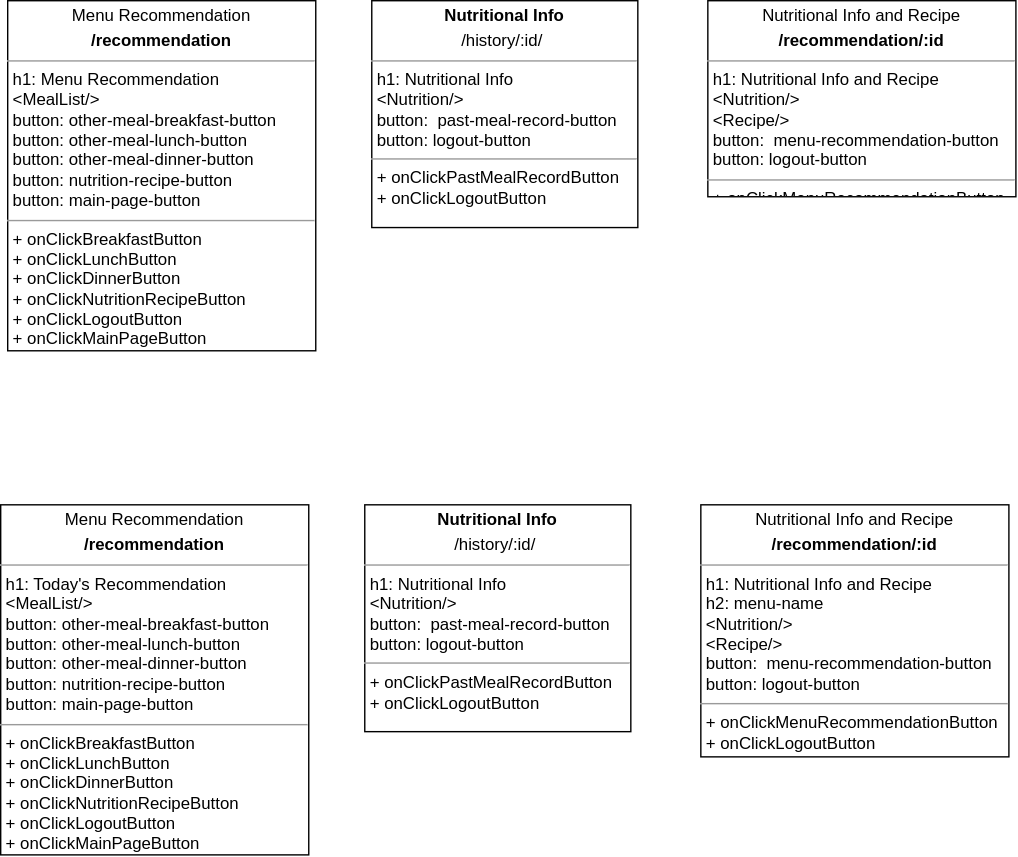
The draw.io diagram diagrams/영서 Diagram.drawio.svg in swsnu/swpp2021-team5, before a commit. Source tidied: cells renumbered, new cells last; positions are measured from the earlier drawing's top-left corner, leaving out a move shared by most shapes.
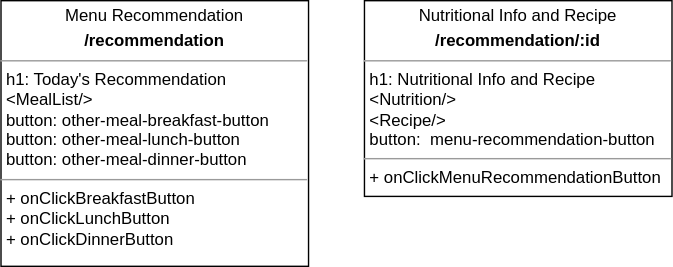
After the change.

Diff of the diagram source:
```diff
@@ -2,23 +2,11 @@
   <root>
     <mxCell id="0" />
     <mxCell id="1" parent="0" />
-    <mxCell id="2" value="&lt;p style=&quot;margin: 0px ; margin-top: 4px ; text-align: center&quot;&gt;Menu Recommendation&lt;/p&gt;&lt;p style=&quot;margin: 0px ; margin-top: 4px ; text-align: center&quot;&gt;&lt;b&gt;/recommendation&lt;/b&gt;&lt;/p&gt;&lt;hr size=&quot;1&quot;&gt;&lt;p style=&quot;margin: 0px ; margin-left: 4px&quot;&gt;h1: Menu Recommendation&lt;/p&gt;&lt;p style=&quot;margin: 0px ; margin-left: 4px&quot;&gt;&amp;lt;MealList/&amp;gt;&lt;/p&gt;&lt;p style=&quot;margin: 0px ; margin-left: 4px&quot;&gt;button:&amp;nbsp;&lt;span&gt;other-meal-breakfast-button&lt;/span&gt;&lt;/p&gt;&lt;p style=&quot;margin: 0px 0px 0px 4px&quot;&gt;button: other-meal-lunch-button&lt;/p&gt;&lt;p style=&quot;margin: 0px 0px 0px 4px&quot;&gt;button: other-meal-dinner-button&lt;/p&gt;&lt;p style=&quot;margin: 0px 0px 0px 4px&quot;&gt;button: nutrition-recipe-button&lt;/p&gt;&lt;p style=&quot;margin: 0px 0px 0px 4px&quot;&gt;button: main-page-button&lt;/p&gt;&lt;hr size=&quot;1&quot;&gt;&lt;p style=&quot;margin: 0px ; margin-left: 4px&quot;&gt;+ onClickBreakfastButton&lt;br&gt;+ onClickLunchButton&lt;/p&gt;&lt;p style=&quot;margin: 0px ; margin-left: 4px&quot;&gt;+ onClickDinnerButton&lt;/p&gt;&lt;p style=&quot;margin: 0px ; margin-left: 4px&quot;&gt;+ onClickNutritionRecipeButton&lt;/p&gt;&lt;p style=&quot;margin: 0px ; margin-left: 4px&quot;&gt;+ onClickLogoutButton&lt;/p&gt;&lt;p style=&quot;margin: 0px ; margin-left: 4px&quot;&gt;+ onClickMainPageButton&lt;/p&gt;" style="verticalAlign=top;align=left;overflow=fill;fontSize=12;fontFamily=Helvetica;html=1;rounded=0;shadow=0;comic=0;labelBackgroundColor=none;strokeWidth=1;" parent="1" vertex="1">
-      <mxGeometry x="5" width="220" height="250" as="geometry" />
+    <mxCell id="2" value="&lt;p style=&quot;margin: 0px ; margin-top: 4px ; text-align: center&quot;&gt;Menu Recommendation&lt;/p&gt;&lt;p style=&quot;margin: 0px ; margin-top: 4px ; text-align: center&quot;&gt;&lt;b&gt;/recommendation&lt;/b&gt;&lt;/p&gt;&lt;hr size=&quot;1&quot;&gt;&lt;p style=&quot;margin: 0px ; margin-left: 4px&quot;&gt;h1: Today's Recommendation&lt;/p&gt;&lt;p style=&quot;margin: 0px ; margin-left: 4px&quot;&gt;&amp;lt;MealList/&amp;gt;&lt;/p&gt;&lt;p style=&quot;margin: 0px ; margin-left: 4px&quot;&gt;button:&amp;nbsp;&lt;span&gt;other-meal-breakfast-button&lt;/span&gt;&lt;/p&gt;&lt;p style=&quot;margin: 0px 0px 0px 4px&quot;&gt;button: other-meal-lunch-button&lt;/p&gt;&lt;p style=&quot;margin: 0px 0px 0px 4px&quot;&gt;button: other-meal-dinner-button&lt;br&gt;&lt;/p&gt;&lt;hr size=&quot;1&quot;&gt;&lt;p style=&quot;margin: 0px ; margin-left: 4px&quot;&gt;+ onClickBreakfastButton&lt;br&gt;+ onClickLunchButton&lt;/p&gt;&lt;p style=&quot;margin: 0px ; margin-left: 4px&quot;&gt;+ onClickDinnerButton&lt;/p&gt;" style="verticalAlign=top;align=left;overflow=fill;fontSize=12;fontFamily=Helvetica;html=1;rounded=0;shadow=0;comic=0;labelBackgroundColor=none;strokeWidth=1;" parent="1" vertex="1">
+      <mxGeometry x="5" width="220" height="190" as="geometry" />
     </mxCell>
-    <mxCell id="3" value="&lt;p style=&quot;margin: 0px ; margin-top: 4px ; text-align: center&quot;&gt;Nutritional Info and Recipe&lt;/p&gt;&lt;p style=&quot;margin: 0px ; margin-top: 4px ; text-align: center&quot;&gt;&lt;b&gt;/recommendation/:id&lt;/b&gt;&lt;/p&gt;&lt;hr size=&quot;1&quot;&gt;&lt;p style=&quot;margin: 0px ; margin-left: 4px&quot;&gt;h1: Nutritional Info and Recipe&lt;/p&gt;&lt;p style=&quot;margin: 0px ; margin-left: 4px&quot;&gt;&amp;lt;Nutrition/&amp;gt;&lt;/p&gt;&lt;p style=&quot;margin: 0px ; margin-left: 4px&quot;&gt;&amp;lt;Recipe/&amp;gt;&lt;/p&gt;&lt;p style=&quot;margin: 0px ; margin-left: 4px&quot;&gt;button:&amp;nbsp;&amp;nbsp;&lt;span style=&quot;text-align: center&quot;&gt;menu-recommendation-button&lt;/span&gt;&lt;/p&gt;&lt;p style=&quot;margin: 0px ; margin-left: 4px&quot;&gt;button: logout-button&amp;nbsp;&lt;br&gt;&lt;/p&gt;&lt;hr size=&quot;1&quot;&gt;&lt;p style=&quot;margin: 0px ; margin-left: 4px&quot;&gt;+ onClickMenuRecommendationButton&lt;br&gt;&lt;/p&gt;&lt;p style=&quot;margin: 0px ; margin-left: 4px&quot;&gt;+ onClickLogoutButton&lt;/p&gt;" style="verticalAlign=top;align=left;overflow=fill;fontSize=12;fontFamily=Helvetica;html=1;rounded=0;shadow=0;comic=0;labelBackgroundColor=none;strokeWidth=1;" parent="1" vertex="1">
-      <mxGeometry x="505" width="220" height="140" as="geometry" />
+    <mxCell id="3" value="&lt;p style=&quot;margin: 0px ; margin-top: 4px ; text-align: center&quot;&gt;Nutritional Info and Recipe&lt;/p&gt;&lt;p style=&quot;margin: 0px ; margin-top: 4px ; text-align: center&quot;&gt;&lt;b&gt;/recommendation/:id&lt;/b&gt;&lt;/p&gt;&lt;hr size=&quot;1&quot;&gt;&lt;p style=&quot;margin: 0px ; margin-left: 4px&quot;&gt;h1: Nutritional Info and Recipe&lt;/p&gt;&lt;p style=&quot;margin: 0px ; margin-left: 4px&quot;&gt;&amp;lt;Nutrition/&amp;gt;&lt;/p&gt;&lt;p style=&quot;margin: 0px ; margin-left: 4px&quot;&gt;&amp;lt;Recipe/&amp;gt;&lt;/p&gt;&lt;p style=&quot;margin: 0px ; margin-left: 4px&quot;&gt;button:&amp;nbsp;&amp;nbsp;&lt;span style=&quot;text-align: center&quot;&gt;menu-recommendation-button&lt;/span&gt;&lt;/p&gt;&lt;hr size=&quot;1&quot;&gt;&lt;p style=&quot;margin: 0px ; margin-left: 4px&quot;&gt;+ onClickMenuRecommendationButton&lt;/p&gt;" style="verticalAlign=top;align=left;overflow=fill;fontSize=12;fontFamily=Helvetica;html=1;rounded=0;shadow=0;comic=0;labelBackgroundColor=none;strokeWidth=1;" parent="1" vertex="1">
+      <mxGeometry x="265" width="220" height="140" as="geometry" />
     </mxCell>
-    <mxCell id="4" value="&lt;p style=&quot;margin: 0px ; margin-top: 4px ; text-align: center&quot;&gt;&lt;b&gt;Nutritional Info&lt;/b&gt;&lt;/p&gt;&lt;p style=&quot;margin: 0px ; margin-top: 4px ; text-align: center&quot;&gt;/history/:id/&lt;b&gt;&amp;nbsp;&lt;/b&gt;&lt;/p&gt;&lt;hr size=&quot;1&quot;&gt;&lt;p style=&quot;margin: 0px 0px 0px 4px&quot;&gt;h1: Nutritional Info&lt;/p&gt;&lt;p style=&quot;margin: 0px 0px 0px 4px&quot;&gt;&amp;lt;Nutrition/&amp;gt;&lt;/p&gt;&lt;p style=&quot;margin: 0px 0px 0px 4px&quot;&gt;button:&amp;nbsp; past-meal-record-button&amp;nbsp;&lt;br&gt;&lt;/p&gt;&lt;p style=&quot;margin: 0px 0px 0px 4px&quot;&gt;button: logout-button&lt;/p&gt;&lt;hr size=&quot;1&quot;&gt;&lt;p style=&quot;margin: 0px 0px 0px 4px&quot;&gt;+ onClickPastMealRecordButton&lt;/p&gt;&lt;p style=&quot;margin: 0px 0px 0px 4px&quot;&gt;+ onClickLogoutButton&lt;/p&gt;" style="verticalAlign=top;align=left;overflow=fill;fontSize=12;fontFamily=Helvetica;html=1;" parent="1" vertex="1">
-      <mxGeometry x="265" width="190" height="162" as="geometry" />
-    </mxCell>
-    <mxCell id="5" value="&lt;p style=&quot;margin: 0px ; margin-top: 4px ; text-align: center&quot;&gt;Menu Recommendation&lt;/p&gt;&lt;p style=&quot;margin: 0px ; margin-top: 4px ; text-align: center&quot;&gt;&lt;b&gt;/recommendation&lt;/b&gt;&lt;/p&gt;&lt;hr size=&quot;1&quot;&gt;&lt;p style=&quot;margin: 0px ; margin-left: 4px&quot;&gt;h1: Today's Recommendation&lt;/p&gt;&lt;p style=&quot;margin: 0px ; margin-left: 4px&quot;&gt;&amp;lt;MealList/&amp;gt;&lt;/p&gt;&lt;p style=&quot;margin: 0px ; margin-left: 4px&quot;&gt;button:&amp;nbsp;&lt;span&gt;other-meal-breakfast-button&lt;/span&gt;&lt;/p&gt;&lt;p style=&quot;margin: 0px 0px 0px 4px&quot;&gt;button: other-meal-lunch-button&lt;/p&gt;&lt;p style=&quot;margin: 0px 0px 0px 4px&quot;&gt;button: other-meal-dinner-button&lt;/p&gt;&lt;p style=&quot;margin: 0px 0px 0px 4px&quot;&gt;button: nutrition-recipe-button&lt;/p&gt;&lt;p style=&quot;margin: 0px 0px 0px 4px&quot;&gt;button: main-page-button&lt;/p&gt;&lt;hr size=&quot;1&quot;&gt;&lt;p style=&quot;margin: 0px ; margin-left: 4px&quot;&gt;+ onClickBreakfastButton&lt;br&gt;+ onClickLunchButton&lt;/p&gt;&lt;p style=&quot;margin: 0px ; margin-left: 4px&quot;&gt;+ onClickDinnerButton&lt;/p&gt;&lt;p style=&quot;margin: 0px ; margin-left: 4px&quot;&gt;+ onClickNutritionRecipeButton&lt;/p&gt;&lt;p style=&quot;margin: 0px ; margin-left: 4px&quot;&gt;+ onClickLogoutButton&lt;/p&gt;&lt;p style=&quot;margin: 0px ; margin-left: 4px&quot;&gt;+ onClickMainPageButton&lt;/p&gt;" style="verticalAlign=top;align=left;overflow=fill;fontSize=12;fontFamily=Helvetica;html=1;rounded=0;shadow=0;comic=0;labelBackgroundColor=none;strokeWidth=1;" parent="1" vertex="1">
-      <mxGeometry y="360" width="220" height="250" as="geometry" />
-    </mxCell>
-    <mxCell id="6" value="&lt;p style=&quot;margin: 0px ; margin-top: 4px ; text-align: center&quot;&gt;Nutritional Info and Recipe&lt;/p&gt;&lt;p style=&quot;margin: 0px ; margin-top: 4px ; text-align: center&quot;&gt;&lt;b&gt;/recommendation/:id&lt;/b&gt;&lt;/p&gt;&lt;hr size=&quot;1&quot;&gt;&lt;p style=&quot;margin: 0px ; margin-left: 4px&quot;&gt;h1: Nutritional Info and Recipe&lt;/p&gt;&lt;p style=&quot;margin: 0px ; margin-left: 4px&quot;&gt;h2: menu-name&lt;/p&gt;&lt;p style=&quot;margin: 0px ; margin-left: 4px&quot;&gt;&amp;lt;Nutrition/&amp;gt;&lt;/p&gt;&lt;p style=&quot;margin: 0px ; margin-left: 4px&quot;&gt;&amp;lt;Recipe/&amp;gt;&lt;/p&gt;&lt;p style=&quot;margin: 0px ; margin-left: 4px&quot;&gt;button:&amp;nbsp;&amp;nbsp;&lt;span style=&quot;text-align: center&quot;&gt;menu-recommendation-button&lt;/span&gt;&lt;/p&gt;&lt;p style=&quot;margin: 0px ; margin-left: 4px&quot;&gt;button: logout-button&amp;nbsp;&lt;br&gt;&lt;/p&gt;&lt;hr size=&quot;1&quot;&gt;&lt;p style=&quot;margin: 0px ; margin-left: 4px&quot;&gt;+ onClickMenuRecommendationButton&lt;br&gt;&lt;/p&gt;&lt;p style=&quot;margin: 0px ; margin-left: 4px&quot;&gt;+ onClickLogoutButton&lt;/p&gt;" style="verticalAlign=top;align=left;overflow=fill;fontSize=12;fontFamily=Helvetica;html=1;rounded=0;shadow=0;comic=0;labelBackgroundColor=none;strokeWidth=1;" parent="1" vertex="1">
-      <mxGeometry x="500" y="360" width="220" height="180" as="geometry" />
-    </mxCell>
-    <mxCell id="7" value="&lt;p style=&quot;margin: 0px ; margin-top: 4px ; text-align: center&quot;&gt;&lt;b&gt;Nutritional Info&lt;/b&gt;&lt;/p&gt;&lt;p style=&quot;margin: 0px ; margin-top: 4px ; text-align: center&quot;&gt;/history/:id/&lt;b&gt;&amp;nbsp;&lt;/b&gt;&lt;/p&gt;&lt;hr size=&quot;1&quot;&gt;&lt;p style=&quot;margin: 0px 0px 0px 4px&quot;&gt;h1: Nutritional Info&lt;/p&gt;&lt;p style=&quot;margin: 0px 0px 0px 4px&quot;&gt;&amp;lt;Nutrition/&amp;gt;&lt;/p&gt;&lt;p style=&quot;margin: 0px 0px 0px 4px&quot;&gt;button:&amp;nbsp; past-meal-record-button&amp;nbsp;&lt;br&gt;&lt;/p&gt;&lt;p style=&quot;margin: 0px 0px 0px 4px&quot;&gt;button: logout-button&lt;/p&gt;&lt;hr size=&quot;1&quot;&gt;&lt;p style=&quot;margin: 0px 0px 0px 4px&quot;&gt;+ onClickPastMealRecordButton&lt;/p&gt;&lt;p style=&quot;margin: 0px 0px 0px 4px&quot;&gt;+ onClickLogoutButton&lt;/p&gt;" style="verticalAlign=top;align=left;overflow=fill;fontSize=12;fontFamily=Helvetica;html=1;" parent="1" vertex="1">
-      <mxGeometry x="260" y="360" width="190" height="162" as="geometry" />
-    </mxCell>
   </root>
 </mxGraphModel>
```
